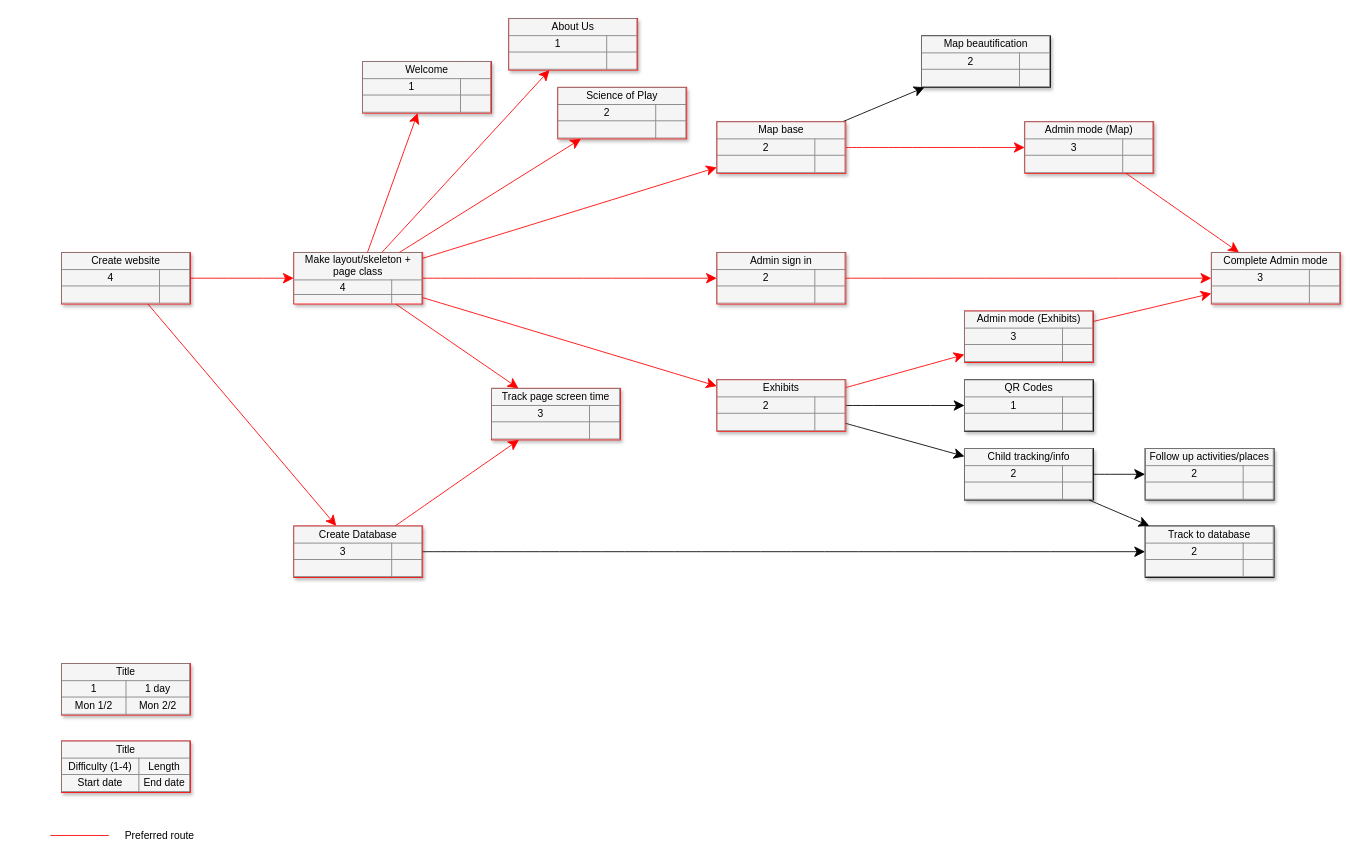
Above: PERT.drawio in LiamBroderick/Group-G-CSC-230 (draw.io), before the change. Source tidied: cells renumbered, new cells numbered last; positions are measured from the earlier drawing's top-left corner, leaving out a move shared by most shapes. Both pictures are drawn from the tidied source at 86%, with x=0, y=0 at pixel (50, 18).
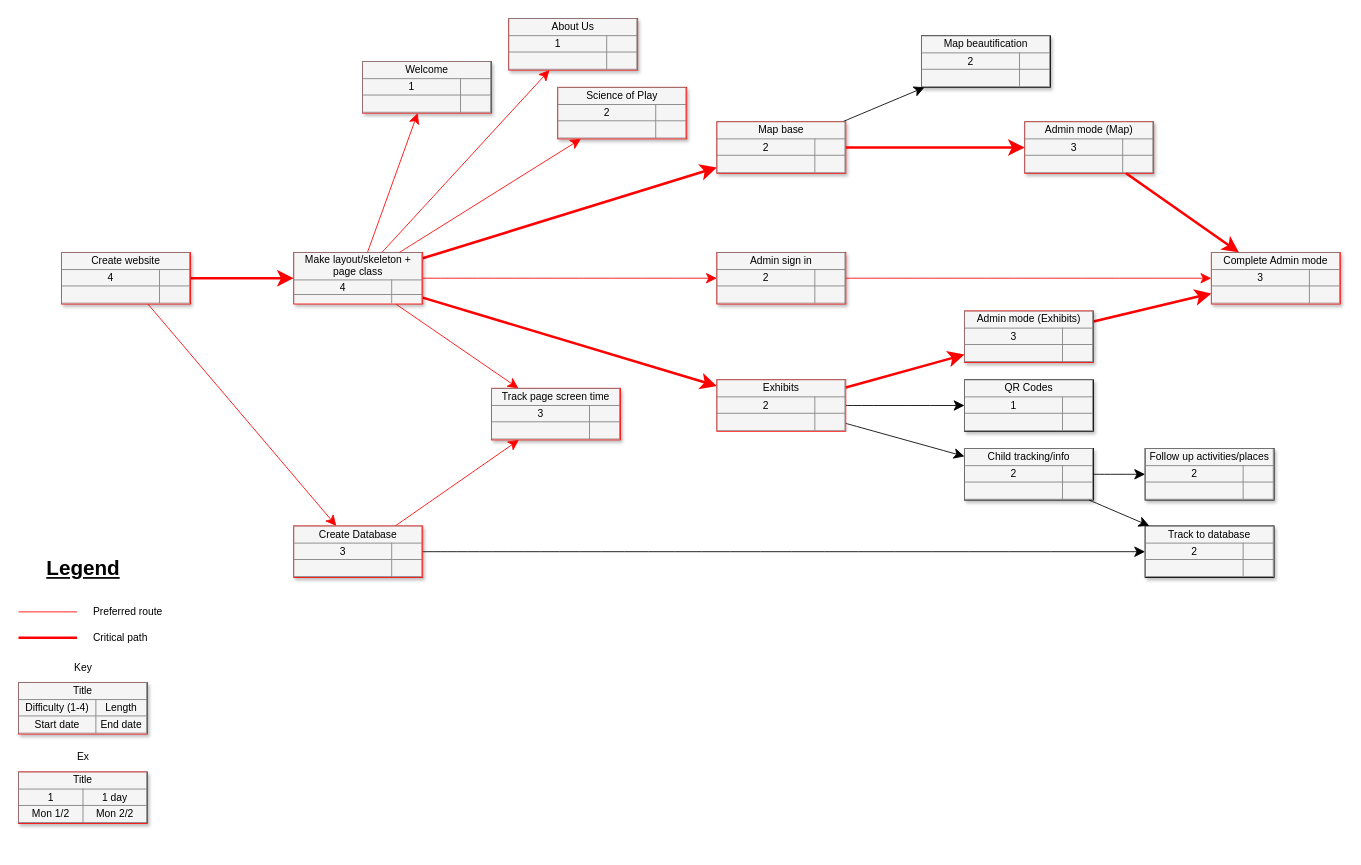
The same diagram, later.

The change refers to these unchanged cells:
```xml
<mxCell id="5" value="&lt;table border=&quot;1&quot; width=&quot;100%&quot; style=&quot;width: 100% ; height: 100% ; border-collapse: collapse&quot;&gt;&lt;tbody&gt;&lt;tr&gt;&lt;td colspan=&quot;2&quot; align=&quot;center&quot;&gt;&lt;font style=&quot;font-size: 12px;&quot;&gt;Create website&lt;/font&gt;&lt;/td&gt;&lt;/tr&gt;&lt;tr&gt;&lt;td align=&quot;center&quot;&gt;4&lt;/td&gt;&lt;td align=&quot;center&quot;&gt;&lt;br&gt;&lt;/td&gt;&lt;/tr&gt;&lt;tr&gt;&lt;td align=&quot;center&quot;&gt;&lt;br&gt;&lt;/td&gt;&lt;td align=&quot;center&quot;&gt;&lt;br&gt;&lt;/td&gt;&lt;/tr&gt;&lt;/tbody&gt;&lt;/table&gt;" style="text;html=1;strokeColor=#FF0000;fillColor=#f5f5f5;overflow=fill;rounded=0;shadow=1;fontSize=12;align=center;" parent="1" vertex="1">
  <mxGeometry x="13" y="272" width="150" height="60" as="geometry" />
</mxCell>
<mxCell id="9" value="&lt;table border=&quot;1&quot; width=&quot;100%&quot; style=&quot;width: 100% ; height: 100% ; border-collapse: collapse&quot;&gt;&lt;tbody&gt;&lt;tr&gt;&lt;td colspan=&quot;2&quot; align=&quot;center&quot;&gt;Complete Admin mode&lt;/td&gt;&lt;/tr&gt;&lt;tr&gt;&lt;td align=&quot;center&quot;&gt;3&lt;/td&gt;&lt;td align=&quot;center&quot;&gt;&lt;/td&gt;&lt;/tr&gt;&lt;tr&gt;&lt;td align=&quot;center&quot;&gt;&lt;/td&gt;&lt;td align=&quot;center&quot;&gt;&lt;br&gt;&lt;/td&gt;&lt;/tr&gt;&lt;/tbody&gt;&lt;/table&gt;" style="text;html=1;strokeColor=#FF0000;fillColor=#f5f5f5;overflow=fill;rounded=0;shadow=1;fontSize=12;align=center;" parent="1" vertex="1">
  <mxGeometry x="1350" y="272" width="150" height="60" as="geometry" />
</mxCell>
<mxCell id="17" value="&lt;table border=&quot;1&quot; width=&quot;100%&quot; style=&quot;width: 100% ; height: 100% ; border-collapse: collapse&quot;&gt;&lt;tbody&gt;&lt;tr&gt;&lt;td colspan=&quot;2&quot; align=&quot;center&quot;&gt;Make layout/skeleton +&lt;br&gt;page class&lt;/td&gt;&lt;/tr&gt;&lt;tr&gt;&lt;td align=&quot;center&quot;&gt;4&lt;/td&gt;&lt;td align=&quot;center&quot;&gt;&lt;br&gt;&lt;/td&gt;&lt;/tr&gt;&lt;tr&gt;&lt;td align=&quot;center&quot;&gt;&lt;/td&gt;&lt;td align=&quot;center&quot;&gt;&lt;br&gt;&lt;/td&gt;&lt;/tr&gt;&lt;/tbody&gt;&lt;/table&gt;" style="text;html=1;strokeColor=#FF0000;fillColor=#f5f5f5;overflow=fill;rounded=0;shadow=1;fontSize=12;align=center;" parent="1" vertex="1">
  <mxGeometry x="283" y="272" width="150" height="60" as="geometry" />
</mxCell>
<mxCell id="21" value="&lt;table border=&quot;1&quot; width=&quot;100%&quot; style=&quot;width: 100% ; height: 100% ; border-collapse: collapse&quot;&gt;&lt;tbody&gt;&lt;tr&gt;&lt;td colspan=&quot;2&quot; align=&quot;center&quot;&gt;Map base&lt;/td&gt;&lt;/tr&gt;&lt;tr&gt;&lt;td align=&quot;center&quot;&gt;2&lt;/td&gt;&lt;td align=&quot;center&quot;&gt;&lt;/td&gt;&lt;/tr&gt;&lt;tr&gt;&lt;td align=&quot;center&quot;&gt;&lt;/td&gt;&lt;td align=&quot;center&quot;&gt;&lt;br&gt;&lt;/td&gt;&lt;/tr&gt;&lt;/tbody&gt;&lt;/table&gt;" style="text;html=1;strokeColor=#FF0000;fillColor=#f5f5f5;overflow=fill;rounded=0;shadow=1;fontSize=12;align=center;" parent="1" vertex="1">
  <mxGeometry x="775" y="120" width="150" height="60" as="geometry" />
</mxCell>
<mxCell id="23" value="&lt;table border=&quot;1&quot; width=&quot;100%&quot; style=&quot;width: 100% ; height: 100% ; border-collapse: collapse&quot;&gt;&lt;tbody&gt;&lt;tr&gt;&lt;td colspan=&quot;2&quot; align=&quot;center&quot;&gt;Admin mode (Exhibits)&lt;/td&gt;&lt;/tr&gt;&lt;tr&gt;&lt;td align=&quot;center&quot;&gt;3&lt;/td&gt;&lt;td align=&quot;center&quot;&gt;&lt;/td&gt;&lt;/tr&gt;&lt;tr&gt;&lt;td align=&quot;center&quot;&gt;&lt;/td&gt;&lt;td align=&quot;center&quot;&gt;&lt;br&gt;&lt;/td&gt;&lt;/tr&gt;&lt;/tbody&gt;&lt;/table&gt;" style="text;html=1;strokeColor=#FF0000;fillColor=#f5f5f5;overflow=fill;rounded=0;shadow=1;fontSize=12;align=center;" parent="1" vertex="1">
  <mxGeometry x="1063" y="340" width="150" height="60" as="geometry" />
</mxCell>
<mxCell id="35" value="&lt;table border=&quot;1&quot; width=&quot;100%&quot; style=&quot;width: 100% ; height: 100% ; border-collapse: collapse&quot;&gt;&lt;tbody&gt;&lt;tr&gt;&lt;td colspan=&quot;2&quot; align=&quot;center&quot;&gt;Admin mode (Map)&lt;/td&gt;&lt;/tr&gt;&lt;tr&gt;&lt;td align=&quot;center&quot;&gt;3&lt;/td&gt;&lt;td align=&quot;center&quot;&gt;&lt;br&gt;&lt;/td&gt;&lt;/tr&gt;&lt;tr&gt;&lt;td align=&quot;center&quot;&gt;&lt;/td&gt;&lt;td align=&quot;center&quot;&gt;&lt;br&gt;&lt;/td&gt;&lt;/tr&gt;&lt;/tbody&gt;&lt;/table&gt;" style="text;html=1;strokeColor=#FF0000;fillColor=#f5f5f5;overflow=fill;rounded=0;shadow=1;fontSize=12;align=center;" parent="1" vertex="1">
  <mxGeometry x="1133" y="120" width="150" height="60" as="geometry" />
</mxCell>
```

Change to the diagram source:
```diff
@@
-    <mxCell id="3" style="edgeStyle=none;curved=1;html=1;startSize=10;endArrow=classic;endFill=1;endSize=10;strokeColor=#FF0000;strokeWidth=1;fontSize=12;" parent="1" edge="1" source="5" target="17">
+    <mxCell id="3" style="edgeStyle=none;curved=1;html=1;startSize=10;endArrow=classic;endFill=1;endSize=10;strokeColor=#FF0000;strokeWidth=3;fontSize=12;" parent="1" edge="1" source="5" target="17">
       <mxGeometry relative="1" as="geometry" />
     </mxCell>
@@
-    <mxCell id="12" value="&lt;table border=&quot;1&quot; width=&quot;100%&quot; style=&quot;width: 100% ; height: 100% ; border-collapse: collapse&quot;&gt;&lt;tbody&gt;&lt;tr&gt;&lt;td colspan=&quot;2&quot; align=&quot;center&quot;&gt;Exhibits&lt;/td&gt;&lt;/tr&gt;&lt;tr&gt;&lt;td align=&quot;center&quot;&gt;2&lt;/td&gt;&lt;td align=&quot;center&quot;&gt;&lt;/td&gt;&lt;/tr&gt;&lt;tr&gt;&lt;td align=&quot;center&quot;&gt;&lt;/td&gt;&lt;td align=&quot;center&quot;&gt;&lt;br&gt;&lt;/td&gt;&lt;/tr&gt;&lt;/tbody&gt;&lt;/table&gt;" style="text;html=1;strokeColor=#FF0000;fillColor=#f5f5f5;overflow=fill;rounded=0;shadow=1;fontSize=12;align=center;" parent="1" vertex="1">
+    <mxCell id="12" value="&lt;table border=&quot;1&quot; width=&quot;100%&quot; style=&quot;width: 100% ; height: 100% ; border-collapse: collapse&quot;&gt;&lt;tbody&gt;&lt;tr&gt;&lt;td colspan=&quot;2&quot; align=&quot;center&quot;&gt;Exhibits&lt;/td&gt;&lt;/tr&gt;&lt;tr&gt;&lt;td align=&quot;center&quot;&gt;2&lt;/td&gt;&lt;td align=&quot;center&quot;&gt;&lt;/td&gt;&lt;/tr&gt;&lt;tr&gt;&lt;td align=&quot;center&quot;&gt;&lt;/td&gt;&lt;td align=&quot;center&quot;&gt;&lt;br&gt;&lt;/td&gt;&lt;/tr&gt;&lt;/tbody&gt;&lt;/table&gt;" style="text;html=1;strokeColor=#FF0000;fillColor=#f5f5f5;overflow=fill;rounded=0;shadow=0;fontSize=12;align=center;" parent="1" vertex="1">
       <mxGeometry x="775" y="420" width="150" height="60" as="geometry" />
     </mxCell>
@@
-    <mxCell id="14" style="edgeStyle=none;curved=1;html=1;startSize=10;endArrow=classic;endFill=1;endSize=10;strokeColor=#FF0000;strokeWidth=1;fontSize=12;" parent="1" edge="1" source="17" target="21">
+    <mxCell id="14" style="edgeStyle=none;curved=1;html=1;startSize=10;endArrow=classic;endFill=1;endSize=10;strokeColor=#FF0000;strokeWidth=3;fontSize=12;" parent="1" edge="1" source="17" target="21">
       <mxGeometry relative="1" as="geometry" />
     </mxCell>
-    <mxCell id="15" style="edgeStyle=none;curved=1;html=1;startSize=10;endArrow=classic;endFill=1;endSize=10;strokeColor=#FF0000;strokeWidth=1;fontSize=12;" parent="1" edge="1" source="17" target="12">
+    <mxCell id="15" style="edgeStyle=none;curved=1;html=1;startSize=10;endArrow=classic;endFill=1;endSize=10;strokeColor=#FF0000;strokeWidth=3;fontSize=12;" parent="1" edge="1" source="17" target="12">
       <mxGeometry relative="1" as="geometry" />
     </mxCell>
@@
-    <mxCell id="22" style="edgeStyle=none;curved=1;html=1;startSize=10;endArrow=classic;endFill=1;endSize=10;strokeColor=#FF0000;strokeWidth=1;fontSize=12;" parent="1" edge="1" source="23" target="9">
+    <mxCell id="22" style="edgeStyle=none;curved=1;html=1;startSize=10;endArrow=classic;endFill=1;endSize=10;strokeColor=#FF0000;strokeWidth=3;fontSize=12;" parent="1" edge="1" source="23" target="9">
       <mxGeometry relative="1" as="geometry" />
     </mxCell>
@@
-    <mxCell id="25" style="edgeStyle=none;curved=1;html=1;startSize=10;endArrow=classic;endFill=1;endSize=10;strokeColor=#FF0000;strokeWidth=1;fontSize=12;" parent="1" edge="1" source="12" target="23">
+    <mxCell id="25" style="edgeStyle=none;curved=1;html=1;startSize=10;endArrow=classic;endFill=1;endSize=10;strokeColor=#FF0000;strokeWidth=3;fontSize=12;" parent="1" edge="1" source="12" target="23">
       <mxGeometry relative="1" as="geometry" />
     </mxCell>
@@
     <mxCell id="29" style="line;strokeWidth=1;html=1;rounded=1;fontSize=12;align=center;verticalAlign=middle;strokeColor=#FF0000;endFill=1;endArrow=classic;endSize=10;startSize=10;" parent="1" vertex="1">
-      <mxGeometry y="945" width="68" height="10" as="geometry" />
+      <mxGeometry x="-37" y="685" width="68" height="10" as="geometry" />
     </mxCell>
     <mxCell id="30" value="Preferred route" style="text;html=1;strokeColor=none;fillColor=none;align=left;verticalAlign=middle;whiteSpace=wrap;rounded=0;shadow=1;fontSize=12;" parent="1" vertex="1">
-      <mxGeometry x="85" y="940" width="143" height="20" as="geometry" />
+      <mxGeometry x="48" y="680" width="143" height="20" as="geometry" />
     </mxCell>
@@
-    <mxCell id="36" style="edgeStyle=none;curved=1;html=1;startSize=10;endArrow=classic;endFill=1;endSize=10;strokeColor=#FF0000;strokeWidth=1;fontSize=12;" parent="1" edge="1" source="21" target="35">
+    <mxCell id="36" style="edgeStyle=none;curved=1;html=1;startSize=10;endArrow=classic;endFill=1;endSize=10;strokeColor=#FF0000;strokeWidth=3;fontSize=12;" parent="1" edge="1" source="21" target="35">
       <mxGeometry relative="1" as="geometry" />
     </mxCell>
-    <mxCell id="37" style="edgeStyle=none;curved=1;html=1;startSize=10;endArrow=classic;endFill=1;endSize=10;strokeColor=#FF0000;strokeWidth=1;fontSize=12;" parent="1" edge="1" source="35" target="9">
+    <mxCell id="37" style="edgeStyle=none;curved=1;html=1;startSize=10;endArrow=classic;endFill=1;endSize=10;strokeColor=#FF0000;strokeWidth=3;fontSize=12;" parent="1" edge="1" source="35" target="9">
       <mxGeometry relative="1" as="geometry" />
     </mxCell>
@@
     <mxCell id="48" value="&lt;table border=&quot;1&quot; width=&quot;100%&quot; style=&quot;width: 100% ; height: 100% ; border-collapse: collapse&quot;&gt;&lt;tbody&gt;&lt;tr&gt;&lt;td colspan=&quot;2&quot; align=&quot;center&quot;&gt;&lt;font style=&quot;font-size: 12px;&quot;&gt;Title&lt;/font&gt;&lt;/td&gt;&lt;/tr&gt;&lt;tr&gt;&lt;td align=&quot;center&quot;&gt;&lt;font style=&quot;font-size: 12px;&quot;&gt;1&lt;/font&gt;&lt;/td&gt;&lt;td align=&quot;center&quot;&gt;&lt;font style=&quot;font-size: 12px;&quot;&gt;1 day&lt;/font&gt;&lt;/td&gt;&lt;/tr&gt;&lt;tr&gt;&lt;td align=&quot;center&quot;&gt;&lt;font style=&quot;font-size: 12px;&quot;&gt;Mon 1/2&lt;/font&gt;&lt;/td&gt;&lt;td align=&quot;center&quot;&gt;&lt;font style=&quot;font-size: 12px;&quot;&gt;Mon 2/2&lt;/font&gt;&lt;/td&gt;&lt;/tr&gt;&lt;/tbody&gt;&lt;/table&gt;" style="text;html=1;strokeColor=#FF0000;fillColor=#f5f5f5;overflow=fill;rounded=0;shadow=1;fontSize=12;align=center;" parent="1" vertex="1">
-      <mxGeometry x="13" y="750" width="150" height="60" as="geometry" />
+      <mxGeometry x="-37" y="876" width="150" height="60" as="geometry" />
     </mxCell>
     <mxCell id="49" value="&lt;table border=&quot;1&quot; width=&quot;100%&quot; style=&quot;width: 100% ; height: 100% ; border-collapse: collapse&quot;&gt;&lt;tbody&gt;&lt;tr&gt;&lt;td colspan=&quot;2&quot; align=&quot;center&quot;&gt;&lt;font style=&quot;font-size: 12px;&quot;&gt;Title&lt;/font&gt;&lt;/td&gt;&lt;/tr&gt;&lt;tr&gt;&lt;td align=&quot;center&quot;&gt;Difficulty (1-4)&lt;/td&gt;&lt;td align=&quot;center&quot;&gt;Length&lt;/td&gt;&lt;/tr&gt;&lt;tr&gt;&lt;td align=&quot;center&quot;&gt;Start date&lt;/td&gt;&lt;td align=&quot;center&quot;&gt;&lt;font style=&quot;font-size: 12px;&quot;&gt;End date&lt;/font&gt;&lt;/td&gt;&lt;/tr&gt;&lt;/tbody&gt;&lt;/table&gt;" style="text;html=1;strokeColor=#FF0000;fillColor=#f5f5f5;overflow=fill;rounded=0;shadow=1;fontSize=12;align=center;" parent="1" vertex="1">
-      <mxGeometry x="13" y="840" width="150" height="60" as="geometry" />
+      <mxGeometry x="-37" y="772" width="150" height="60" as="geometry" />
     </mxCell>
+    <mxCell id="50" style="line;strokeWidth=3;html=1;rounded=1;fontSize=12;align=center;verticalAlign=middle;strokeColor=#FF0000;endFill=1;endArrow=classic;endSize=10;startSize=10;" parent="1" vertex="1">
+      <mxGeometry x="-37" y="715" width="68" height="10" as="geometry" />
+    </mxCell>
+    <mxCell id="51" value="Critical path" style="text;html=1;strokeColor=none;fillColor=none;align=left;verticalAlign=middle;whiteSpace=wrap;rounded=0;shadow=1;fontSize=12;" parent="1" vertex="1">
+      <mxGeometry x="48" y="710" width="143" height="20" as="geometry" />
+    </mxCell>
+    <mxCell id="52" value="Key" style="text;html=1;align=center;verticalAlign=middle;strokeColor=none;fillColor=none;" parent="1" vertex="1">
+      <mxGeometry x="18" y="740" width="40" height="30" as="geometry" />
+    </mxCell>
+    <mxCell id="53" value="Ex" style="text;html=1;align=center;verticalAlign=middle;strokeColor=none;fillColor=none;" parent="1" vertex="1">
+      <mxGeometry x="18" y="844" width="40" height="30" as="geometry" />
+    </mxCell>
+    <mxCell id="54" value="&lt;font style=&quot;font-size: 24px;&quot;&gt;&lt;b style=&quot;&quot;&gt;&lt;u style=&quot;&quot;&gt;Legend&lt;/u&gt;&lt;/b&gt;&lt;/font&gt;" style="text;html=1;align=center;verticalAlign=middle;strokeColor=none;fillColor=none;" parent="1" vertex="1">
+      <mxGeometry x="-17" y="620" width="110" height="40" as="geometry" />
+    </mxCell>
```
